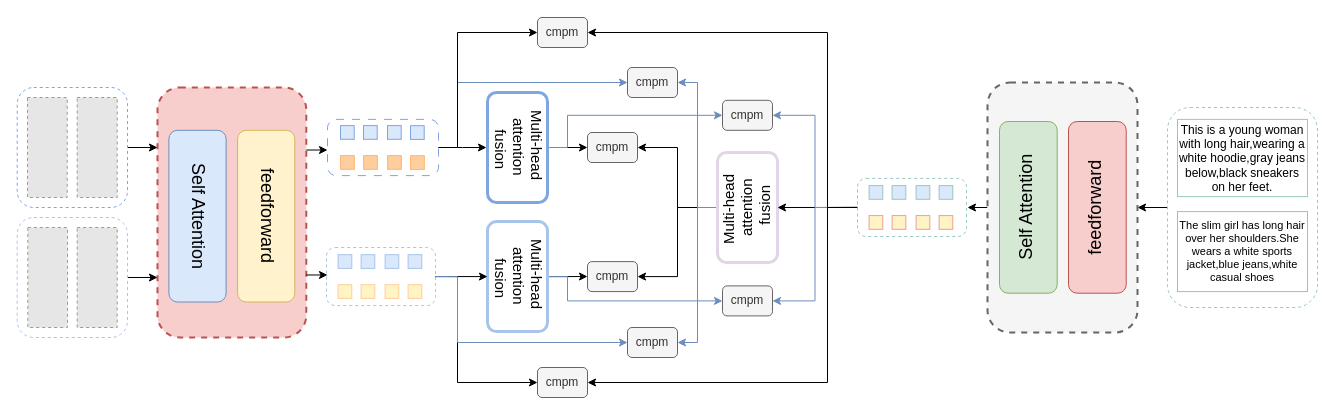
This is 11.17mulview.drawio from CZYdeGithub/drawio, a draw.io file, before an edit. Source tidied: cells renumbered, new cells numbered last; positions are measured from the earlier drawing's top-left corner, leaving out a move shared by most shapes. Both pictures are drawn from the tidied source at 100%, with x=0, y=0 at pixel (17, 17). Pictures stored in the file or linked from it are replaced by grey dashed boxes.
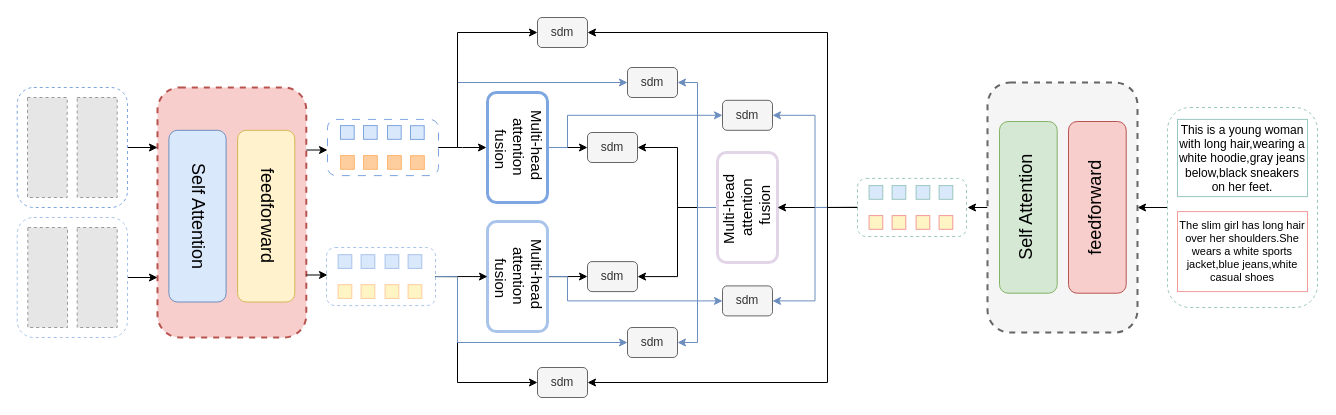
Above is the later version.

Diff of the diagram source:
```diff
@@
-    <mxCell id="16" value="cmpm" style="rounded=1;whiteSpace=wrap;html=1;fillColor=#f5f5f5;fontColor=#333333;strokeColor=#666666;" parent="1" vertex="1">
+    <mxCell id="16" value="sdm" style="rounded=1;whiteSpace=wrap;html=1;fillColor=#f5f5f5;fontColor=#333333;strokeColor=#666666;" parent="1" vertex="1">
       <mxGeometry x="570" y="244.1" width="50" height="30" as="geometry" />
     </mxCell>
-    <mxCell id="17" value="cmpm" style="rounded=1;whiteSpace=wrap;html=1;fillColor=#f5f5f5;fontColor=#333333;strokeColor=#666666;" parent="1" vertex="1">
+    <mxCell id="17" value="sdm" style="rounded=1;whiteSpace=wrap;html=1;fillColor=#f5f5f5;fontColor=#333333;strokeColor=#666666;" parent="1" vertex="1">
       <mxGeometry x="570" y="115" width="50" height="30" as="geometry" />
     </mxCell>
@@
-    <mxCell id="51" value="cmpm" style="rounded=1;whiteSpace=wrap;html=1;fillColor=#f5f5f5;fontColor=#333333;strokeColor=#666666;" parent="1" vertex="1">
+    <mxCell id="51" value="sdm" style="rounded=1;whiteSpace=wrap;html=1;fillColor=#f5f5f5;fontColor=#333333;strokeColor=#666666;" parent="1" vertex="1">
       <mxGeometry x="520" y="350" width="50" height="30" as="geometry" />
     </mxCell>
-    <mxCell id="52" value="cmpm" style="rounded=1;whiteSpace=wrap;html=1;fillColor=#f5f5f5;fontColor=#333333;strokeColor=#666666;" parent="1" vertex="1">
+    <mxCell id="52" value="sdm" style="rounded=1;whiteSpace=wrap;html=1;fillColor=#f5f5f5;fontColor=#333333;strokeColor=#666666;" parent="1" vertex="1">
       <mxGeometry x="520" width="50" height="30" as="geometry" />
     </mxCell>
-    <mxCell id="53" value="cmpm" style="rounded=1;whiteSpace=wrap;html=1;fillColor=#f5f5f5;fontColor=#333333;strokeColor=#666666;" parent="1" vertex="1">
+    <mxCell id="53" value="sdm" style="rounded=1;whiteSpace=wrap;html=1;fillColor=#f5f5f5;fontColor=#333333;strokeColor=#666666;" parent="1" vertex="1">
       <mxGeometry x="610" y="50" width="50" height="30" as="geometry" />
     </mxCell>
-    <mxCell id="54" value="cmpm" style="rounded=1;whiteSpace=wrap;html=1;fillColor=#f5f5f5;fontColor=#333333;strokeColor=#666666;" parent="1" vertex="1">
+    <mxCell id="54" value="sdm" style="rounded=1;whiteSpace=wrap;html=1;fillColor=#f5f5f5;fontColor=#333333;strokeColor=#666666;" parent="1" vertex="1">
       <mxGeometry x="610" y="310" width="50" height="30" as="geometry" />
     </mxCell>
@@
-    <mxCell id="59" value="cmpm" style="rounded=1;whiteSpace=wrap;html=1;fillColor=#f5f5f5;fontColor=#333333;strokeColor=#666666;" parent="1" vertex="1">
+    <mxCell id="59" value="sdm" style="rounded=1;whiteSpace=wrap;html=1;fillColor=#f5f5f5;fontColor=#333333;strokeColor=#666666;" parent="1" vertex="1">
       <mxGeometry x="705" y="82.8" width="50" height="30" as="geometry" />
     </mxCell>
-    <mxCell id="60" value="cmpm" style="rounded=1;whiteSpace=wrap;html=1;fillColor=#f5f5f5;fontColor=#333333;strokeColor=#666666;" parent="1" vertex="1">
+    <mxCell id="60" value="sdm" style="rounded=1;whiteSpace=wrap;html=1;fillColor=#f5f5f5;fontColor=#333333;strokeColor=#666666;" parent="1" vertex="1">
       <mxGeometry x="705" y="268.4" width="50" height="30" as="geometry" />
     </mxCell>
```
